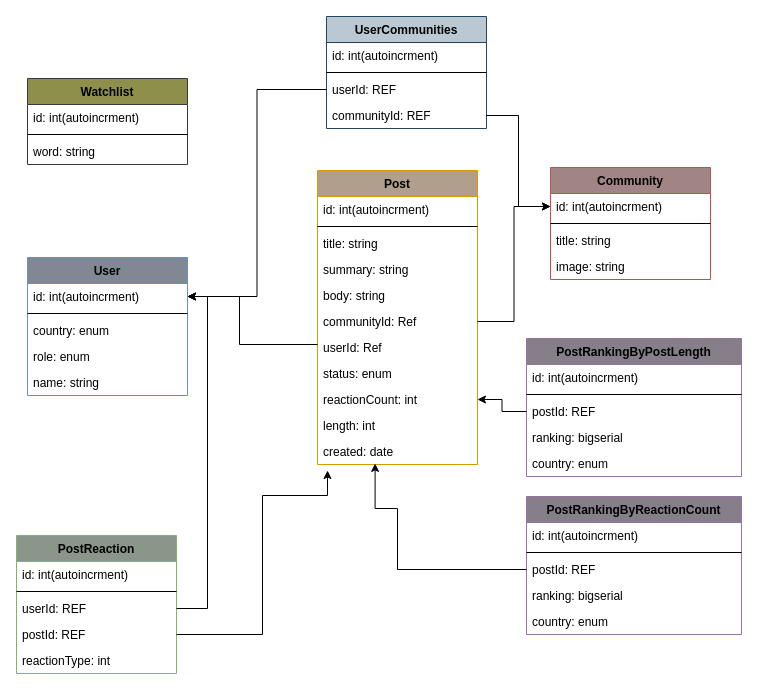
Earlier version of the draw.io diagram docs/db_diagram.drawio (rootux/interview-wis). Source tidied: cells renumbered, new cells numbered last; positions are measured from the earlier drawing's top-left corner, leaving out a move shared by most shapes. Both pictures are drawn from the tidied source at 100%, with x=0, y=0 at pixel (16, 16).
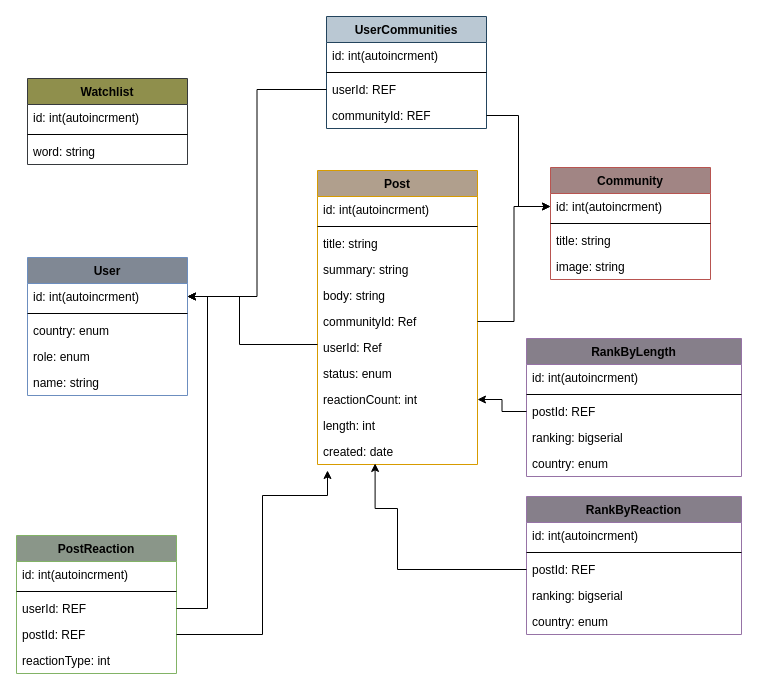
The same page after the edit.

The edit, as a diff of the source:
```diff
@@
-    <mxCell id="45" value="PostRankingByReactionCount" style="swimlane;fontStyle=1;align=center;verticalAlign=top;horizontal=1;startSize=26;strokeColor=#9673a6;fillColor=#867F8A;" parent="1" vertex="1">
+    <mxCell id="45" value="RankByReaction" style="swimlane;fontStyle=1;align=center;verticalAlign=top;horizontal=1;startSize=26;strokeColor=#9673a6;fillColor=#867F8A;" parent="1" vertex="1">
       <mxGeometry x="510" y="480" width="215" height="138" as="geometry" />
     </mxCell>
@@
-    <mxCell id="51" value="PostRankingByPostLength" style="swimlane;fontStyle=1;align=center;verticalAlign=top;horizontal=1;startSize=26;strokeColor=#9673a6;fillColor=#867F8A;" parent="1" vertex="1">
+    <mxCell id="51" value="RankByLength" style="swimlane;fontStyle=1;align=center;verticalAlign=top;horizontal=1;startSize=26;strokeColor=#9673a6;fillColor=#867F8A;" parent="1" vertex="1">
       <mxGeometry x="510" y="322" width="215" height="138" as="geometry" />
     </mxCell>
```
